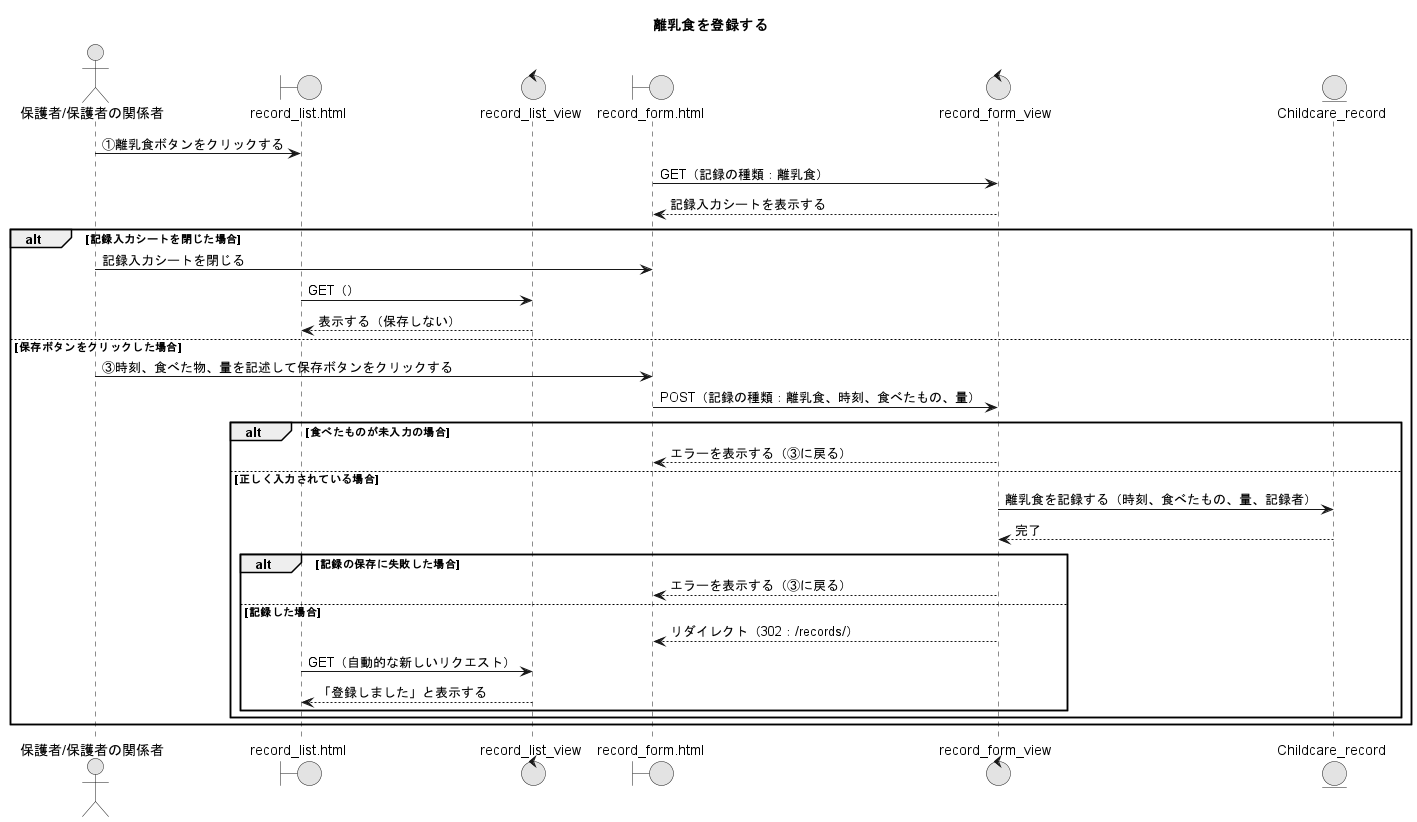
This is PNG/23_離乳食を登録する.png from Ma2naga190330/26_sotugyou_puml, a PlantUML export, as it was before one commit.
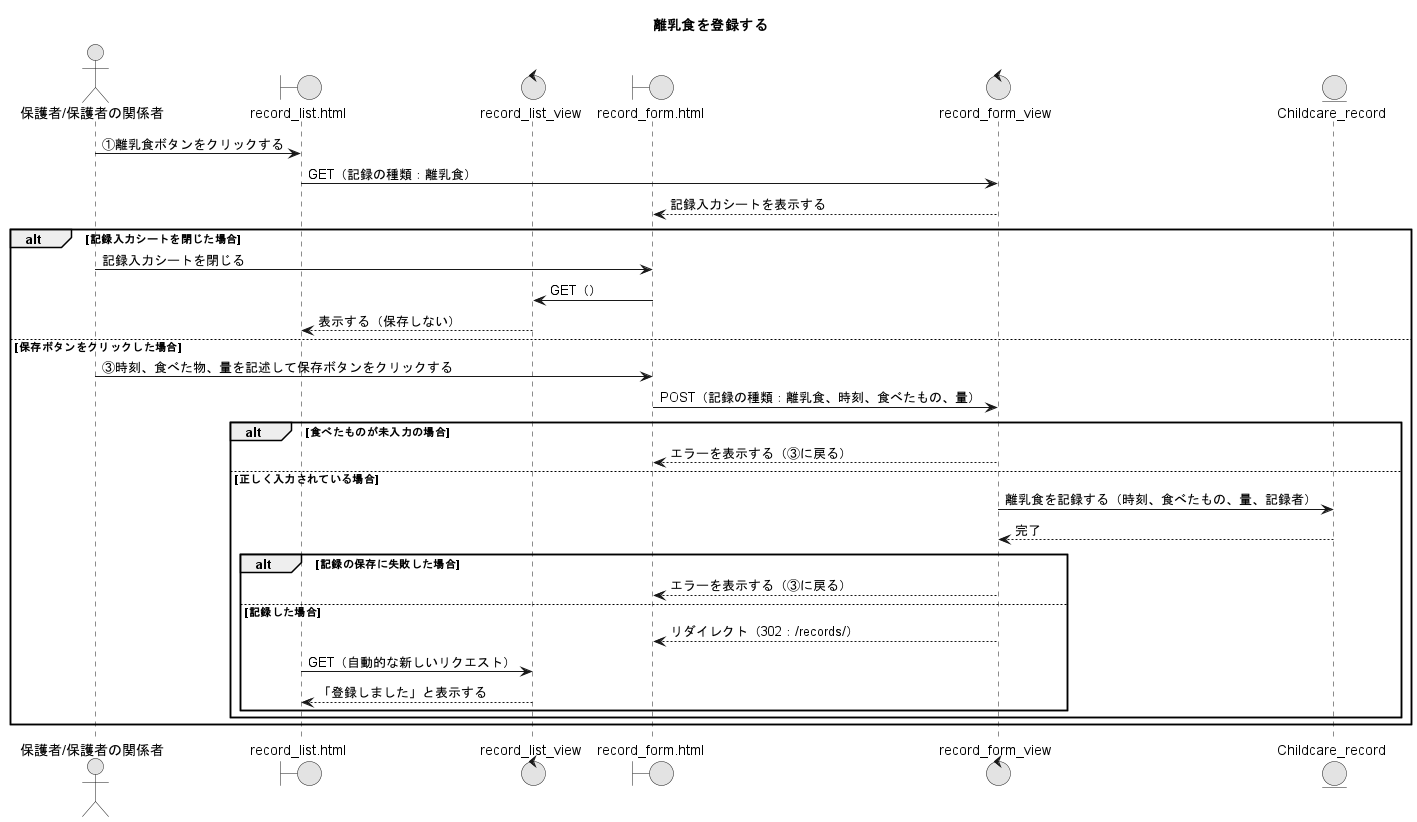
After the commit.

What changed in the source:
```diff
@@ -11,12 +11,12 @@
 entity "Childcare_record" as CRM
 
 A -> RLP : ①離乳食ボタンをクリックする
-RFP -> RFV : GET（記録の種類：離乳食）
+RLP -> RFV : GET（記録の種類：離乳食）
 RFV --> RFP : 記録入力シートを表示する
 
 alt 記録入力シートを閉じた場合
   A -> RFP : 記録入力シートを閉じる
-  RLP -> RLV : GET（）
+  RFP -> RLV : GET（）
   RLV --> RLP : 表示する（保存しない）
 else 保存ボタンをクリックした場合
   A -> RFP : ③時刻、食べた物、量を記述して保存ボタンをクリックする
```
